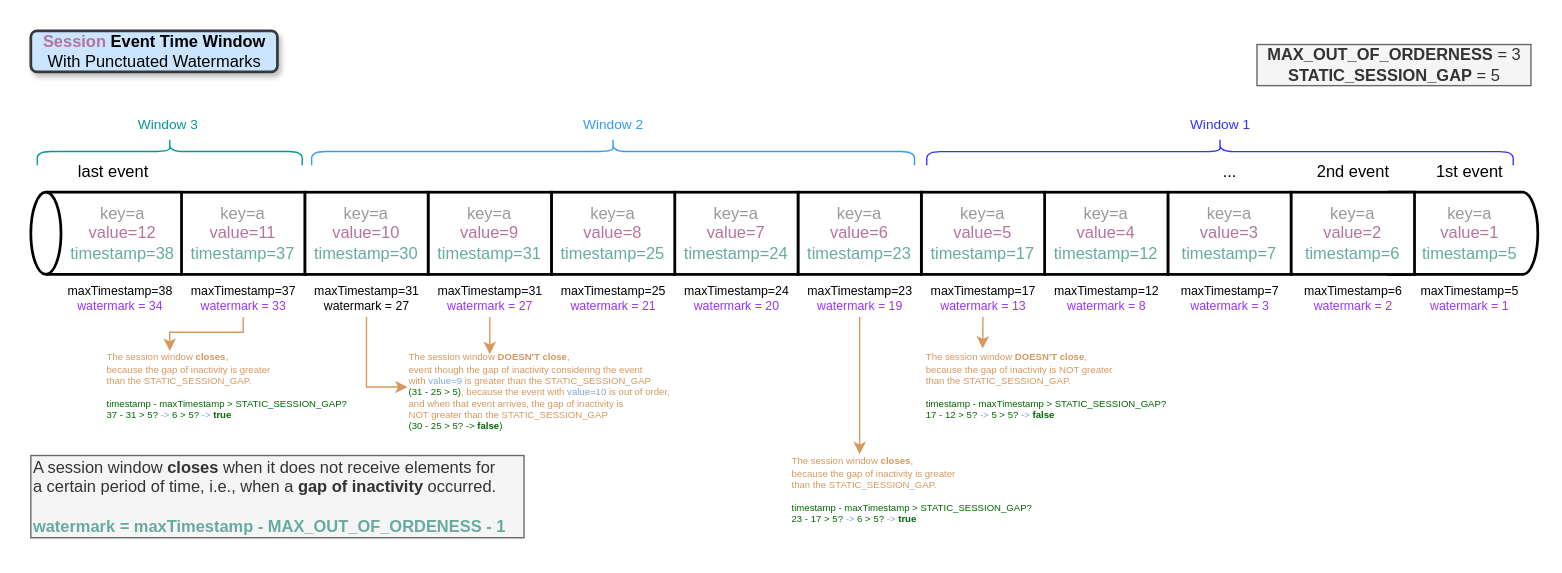
Before: page "session-event-time-window-with-punctuated-watermarks" (3 of 3) of docs/windows.drawio in CarlosSanabriaM/flink-basics, a draw.io diagram. Source tidied: cells renumbered, new cells numbered last; positions are measured from the earlier drawing's top-left corner, leaving out a move shared by most shapes. Both pictures are drawn from the tidied source at 137%, with x=0, y=0 at pixel (30, -151).
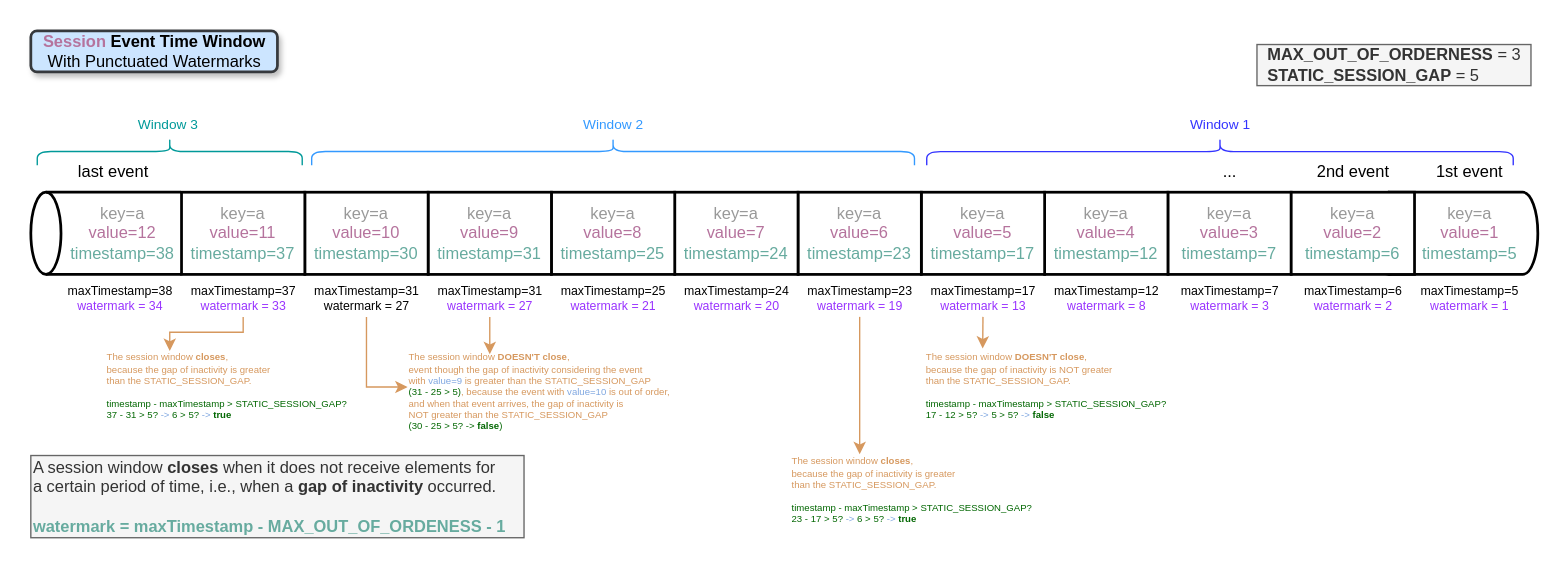
The same diagram, later.

The edit, as a diff of the source:
```diff
@@
-    <mxCell id="35" value="&lt;b&gt;MAX_OUT_OF_ORDERNESS&lt;/b&gt; = 3&lt;br&gt;&lt;b&gt;STATIC_SESSION_GAP&lt;/b&gt;&lt;span style=&quot;text-align: left&quot;&gt;&amp;nbsp;= 5&lt;/span&gt;&lt;b&gt;&lt;br&gt;&lt;/b&gt;" style="text;html=1;align=center;verticalAlign=middle;strokeColor=#666666;fillColor=#f5f5f5;fontColor=#333333;" parent="1" vertex="1">
+    <mxCell id="35" value="&lt;div style=&quot;text-align: left&quot;&gt;&lt;b&gt;MAX_OUT_OF_ORDERNESS&lt;/b&gt;&lt;span&gt; = 3&lt;/span&gt;&lt;/div&gt;&lt;b&gt;&lt;div style=&quot;text-align: left&quot;&gt;&lt;b&gt;STATIC_SESSION_GAP&lt;/b&gt;&lt;span style=&quot;font-weight: normal&quot;&gt;&amp;nbsp;= 5&lt;/span&gt;&lt;/div&gt;&lt;/b&gt;" style="text;html=1;align=center;verticalAlign=middle;strokeColor=#666666;fillColor=#f5f5f5;fontColor=#333333;" parent="1" vertex="1">
       <mxGeometry x="895" y="142" width="200" height="30" as="geometry" />
     </mxCell>
```
